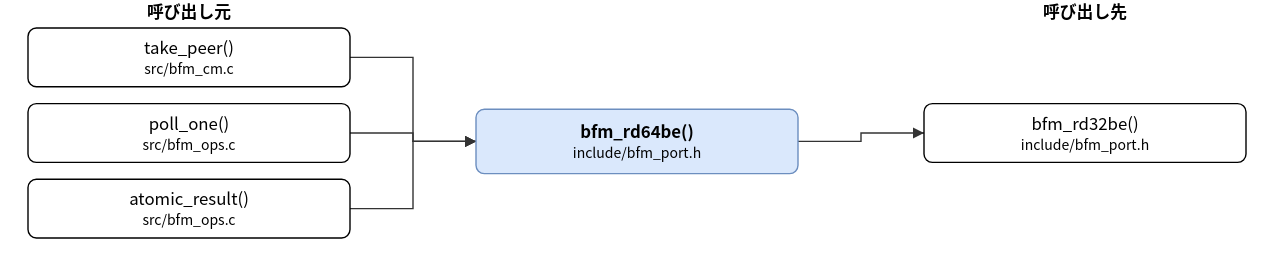
Earlier version of the draw.io export doc/spec/images/call_include_bfm_port-bfm_rd64be.drawio.svg (hf355051012-ai/bfmem). Source tidied: cells renumbered, new cells last; positions are measured from the earlier drawing's top-left corner, leaving out a move shared by most shapes.
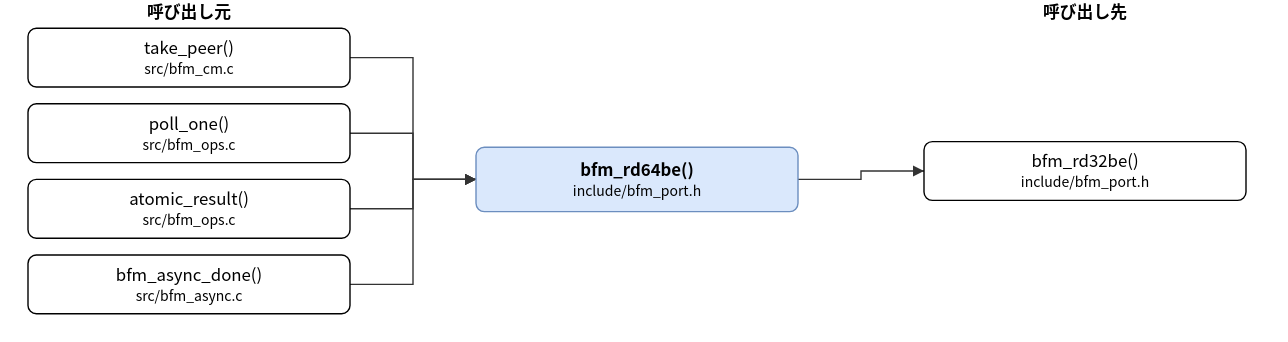
The same file after the commit.

The edit, as a diff of the source:
```diff
@@ -3,7 +3,7 @@
     <mxCell id="0" />
     <mxCell id="1" parent="0" />
     <mxCell id="2" value="bfm_rd64be()&lt;br&gt;&lt;font style=&quot;font-size:10px&quot;&gt;include/bfm_port.h&lt;/font&gt;" style="rounded=1;whiteSpace=wrap;html=1;fillColor=#dae8fc;strokeColor=#6c8ebf;fontStyle=1;" parent="1" vertex="1">
-      <mxGeometry x="320" y="78" width="230" height="46" as="geometry" />
+      <mxGeometry x="320" y="105" width="230" height="46" as="geometry" />
     </mxCell>
     <mxCell id="3" value="take_peer()&lt;br&gt;&lt;font style=&quot;font-size:10px&quot;&gt;src/bfm_cm.c&lt;/font&gt;" style="rounded=1;whiteSpace=wrap;html=1;" parent="1" vertex="1">
       <mxGeometry y="20" width="230" height="42" as="geometry" />
@@ -14,14 +14,17 @@
     <mxCell id="5" value="atomic_result()&lt;br&gt;&lt;font style=&quot;font-size:10px&quot;&gt;src/bfm_ops.c&lt;/font&gt;" style="rounded=1;whiteSpace=wrap;html=1;" parent="1" vertex="1">
       <mxGeometry y="128" width="230" height="42" as="geometry" />
     </mxCell>
+    <mxCell id="13" value="bfm_async_done()&lt;br&gt;&lt;font style=&quot;font-size:10px&quot;&gt;src/bfm_async.c&lt;/font&gt;" style="rounded=1;whiteSpace=wrap;html=1;" parent="1" vertex="1">
+      <mxGeometry y="182" width="230" height="42" as="geometry" />
+    </mxCell>
     <mxCell id="6" value="bfm_rd32be()&lt;br&gt;&lt;font style=&quot;font-size:10px&quot;&gt;include/bfm_port.h&lt;/font&gt;" style="rounded=1;whiteSpace=wrap;html=1;" parent="1" vertex="1">
-      <mxGeometry x="640" y="74" width="230" height="42" as="geometry" />
+      <mxGeometry x="640" y="101" width="230" height="42" as="geometry" />
     </mxCell>
     <mxCell id="7" style="edgeStyle=none;html=1;rounded=0;endArrow=block;endFill=1;exitX=1.0000;exitY=0.5000;exitDx=0;exitDy=0;exitPerimeter=0;entryX=0.0000;entryY=0.5000;entryDx=0;entryDy=0;entryPerimeter=0;" parent="1" edge="1" source="3" target="2">
       <mxGeometry relative="1" as="geometry">
         <Array as="points">
           <mxPoint x="275" y="41" />
-          <mxPoint x="275" y="101" />
+          <mxPoint x="275" y="128" />
         </Array>
       </mxGeometry>
     </mxCell>
@@ -29,7 +32,7 @@
       <mxGeometry relative="1" as="geometry">
         <Array as="points">
           <mxPoint x="275" y="95" />
-          <mxPoint x="275" y="101" />
+          <mxPoint x="275" y="128" />
         </Array>
       </mxGeometry>
     </mxCell>
@@ -37,18 +40,26 @@
       <mxGeometry relative="1" as="geometry">
         <Array as="points">
           <mxPoint x="275" y="149" />
-          <mxPoint x="275" y="101" />
+          <mxPoint x="275" y="128" />
         </Array>
       </mxGeometry>
     </mxCell>
-    <mxCell id="10" style="edgeStyle=none;html=1;rounded=0;endArrow=block;endFill=1;exitX=1.0000;exitY=0.5000;exitDx=0;exitDy=0;exitPerimeter=0;entryX=0.0000;entryY=0.5000;entryDx=0;entryDy=0;entryPerimeter=0;" parent="1" edge="1" source="2" target="6">
+    <mxCell id="10" style="edgeStyle=none;html=1;rounded=0;endArrow=block;endFill=1;exitX=1.0000;exitY=0.5000;exitDx=0;exitDy=0;exitPerimeter=0;entryX=0.0000;entryY=0.5000;entryDx=0;entryDy=0;entryPerimeter=0;" parent="1" edge="1" source="13" target="2">
       <mxGeometry relative="1" as="geometry">
         <Array as="points">
-          <mxPoint x="595" y="101" />
-          <mxPoint x="595" y="95" />
+          <mxPoint x="275" y="203" />
+          <mxPoint x="275" y="128" />
         </Array>
       </mxGeometry>
     </mxCell>
+    <mxCell id="14" style="edgeStyle=none;html=1;rounded=0;endArrow=block;endFill=1;exitX=1.0000;exitY=0.5000;exitDx=0;exitDy=0;exitPerimeter=0;entryX=0.0000;entryY=0.5000;entryDx=0;entryDy=0;entryPerimeter=0;" parent="1" edge="1" source="2" target="6">
+      <mxGeometry relative="1" as="geometry">
+        <Array as="points">
+          <mxPoint x="595" y="128" />
+          <mxPoint x="595" y="122" />
+        </Array>
+      </mxGeometry>
+    </mxCell>
     <mxCell id="11" value="呼び出し元" style="text;html=1;align=center;fontStyle=1;" parent="1" vertex="1">
       <mxGeometry x="35" width="160" height="18" as="geometry" />
     </mxCell>
```
